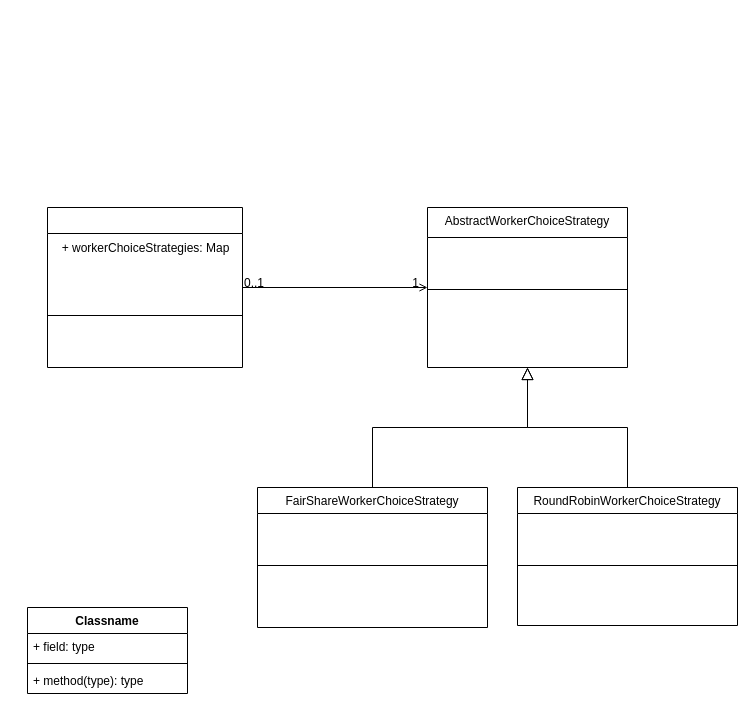
Above: classes diagram.drawio in jerome-benoit/diagrams (draw.io), before the change. Source tidied: cells renumbered, new cells numbered last; positions are measured from the earlier drawing's top-left corner, leaving out a move shared by most shapes. Both pictures are drawn from the tidied source at 100%, with x=0, y=0 at pixel (27, 207).
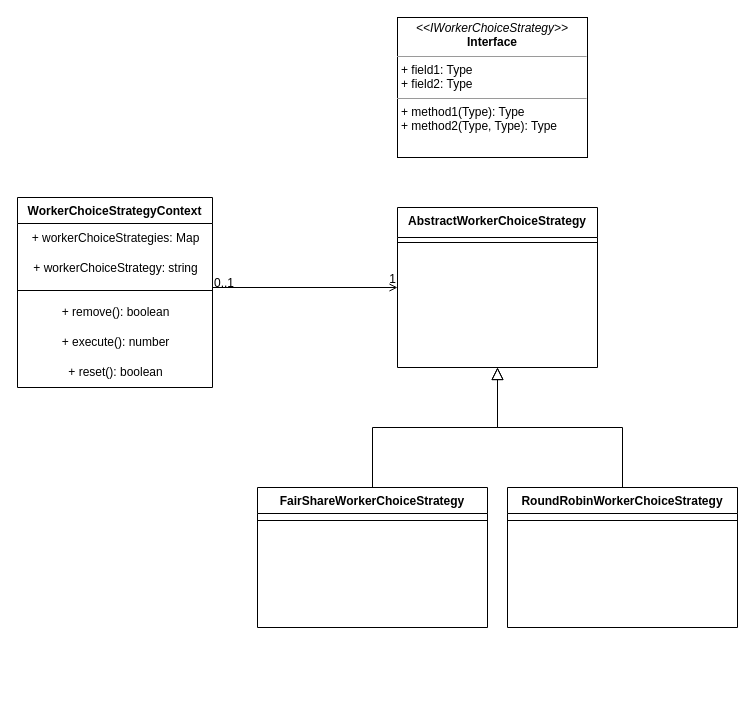
Above is the later version.

Commit message (it also covers changes not shown here):
Mettre à jour classes diagram.drawio

Diff of the diagram source:
```diff
@@
-    <mxCell id="2" style="swimlane;fontStyle=2;align=center;verticalAlign=top;horizontal=1;startSize=26;rounded=0;shadow=0;strokeWidth=1;" parent="1" vertex="1">
-      <mxGeometry x="20" width="195" height="160" as="geometry" />
+    <mxCell id="2" value="WorkerChoiceStrategyContext" style="swimlane;fontStyle=1;align=center;verticalAlign=top;horizontal=1;startSize=26;rounded=0;shadow=0;strokeWidth=1;" parent="1" vertex="1">
+      <mxGeometry x="-10" y="-10" width="195" height="190" as="geometry" />
     </mxCell>
-    <mxCell id="3" value="+ workerChoiceStrategies: Map" style="text;html=1;align=center;verticalAlign=middle;strokeColor=none;fillColor=none;" parent="2" vertex="1">
+    <mxCell id="3" value="&lt;div style=&quot;&quot;&gt;&lt;span style=&quot;background-color: initial;&quot;&gt;+ workerChoiceStrategies: Map&lt;/span&gt;&lt;/div&gt;" style="text;html=1;align=center;verticalAlign=middle;strokeColor=none;fillColor=none;" parent="2" vertex="1">
       <mxGeometry y="26" width="195" height="30" as="geometry" />
     </mxCell>
+    <mxCell id="20" value="+ workerChoiceStrategy: string" style="text;html=1;align=center;verticalAlign=middle;strokeColor=none;fillColor=none;" parent="2" vertex="1">
+      <mxGeometry y="56" width="195" height="30" as="geometry" />
+    </mxCell>
-    <mxCell id="4" style="line;html=1;strokeWidth=1;align=left;verticalAlign=middle;spacingTop=-1;spacingLeft=3;spacingRight=3;labelPosition=right;" parent="2" vertex="1">
-      <mxGeometry y="56" width="195" height="104" as="geometry" />
+    <mxCell id="4" style="line;html=1;strokeWidth=1;align=left;verticalAlign=top;spacingTop=-1;spacingLeft=3;spacingRight=3;labelPosition=right;" parent="2" vertex="1">
+      <mxGeometry y="86" width="195" height="14" as="geometry" />
     </mxCell>
+    <mxCell id="21" value="+ remove(): boolean" style="text;html=1;align=center;verticalAlign=middle;strokeColor=none;fillColor=none;" parent="2" vertex="1">
+      <mxGeometry y="100" width="195" height="30" as="geometry" />
+    </mxCell>
+    <mxCell id="22" value="+ execute(): number" style="text;html=1;align=center;verticalAlign=middle;strokeColor=none;fillColor=none;" parent="2" vertex="1">
+      <mxGeometry y="130" width="195" height="30" as="geometry" />
+    </mxCell>
+    <mxCell id="23" value="+ reset(): boolean" style="text;html=1;align=center;verticalAlign=middle;strokeColor=none;fillColor=none;" parent="2" vertex="1">
+      <mxGeometry y="160" width="195" height="30" as="geometry" />
+    </mxCell>
-    <mxCell id="5" value="RoundRobinWorkerChoiceStrategy" style="swimlane;fontStyle=0;align=center;verticalAlign=top;horizontal=1;startSize=26;rounded=0;shadow=0;strokeWidth=1;" parent="1" vertex="1">
-      <mxGeometry x="490" y="280" width="220" height="138" as="geometry" />
+    <mxCell id="5" value="RoundRobinWorkerChoiceStrategy" style="swimlane;fontStyle=1;align=center;verticalAlign=top;horizontal=1;startSize=26;rounded=0;shadow=0;strokeWidth=1;" parent="1" vertex="1">
+      <mxGeometry x="480" y="280" width="230" height="140" as="geometry" />
     </mxCell>
     <mxCell id="6" style="line;html=1;strokeWidth=1;align=left;verticalAlign=middle;spacingTop=-1;spacingLeft=3;spacingRight=3;labelPosition=right;" parent="5" vertex="1">
-      <mxGeometry y="26" width="220" height="104" as="geometry" />
+      <mxGeometry y="26" width="230" height="14" as="geometry" />
     </mxCell>
@@
-    <mxCell id="8" value="FairShareWorkerChoiceStrategy" style="swimlane;fontStyle=0;align=center;verticalAlign=top;horizontal=1;startSize=26;rounded=0;shadow=0;strokeWidth=1;" parent="1" vertex="1">
+    <mxCell id="8" value="FairShareWorkerChoiceStrategy" style="swimlane;fontStyle=1;align=center;verticalAlign=top;horizontal=1;startSize=26;rounded=0;shadow=0;strokeWidth=1;" parent="1" vertex="1">
       <mxGeometry x="230" y="280" width="230" height="140" as="geometry" />
     </mxCell>
     <mxCell id="9" style="line;html=1;strokeWidth=1;align=left;verticalAlign=middle;spacingTop=-1;spacingLeft=3;spacingRight=3;labelPosition=right;" parent="8" vertex="1">
-      <mxGeometry y="26" width="230" height="104" as="geometry" />
+      <mxGeometry y="26" width="230" height="14" as="geometry" />
     </mxCell>
-    <mxCell id="10" value="AbstractWorkerChoiceStrategy" style="swimlane;fontStyle=0;align=center;verticalAlign=top;horizontal=1;startSize=30;rounded=0;shadow=0;strokeWidth=1;" parent="1" vertex="1">
-      <mxGeometry x="400" width="200" height="160" as="geometry" />
+    <mxCell id="10" value="AbstractWorkerChoiceStrategy" style="swimlane;fontStyle=1;align=center;verticalAlign=top;horizontal=1;startSize=30;rounded=0;shadow=0;strokeWidth=1;" parent="1" vertex="1">
+      <mxGeometry x="370" width="200" height="160" as="geometry" />
     </mxCell>
     <mxCell id="11" style="line;html=1;strokeWidth=1;align=left;verticalAlign=middle;spacingTop=-1;spacingLeft=3;spacingRight=3;labelPosition=right;" parent="10" vertex="1">
-      <mxGeometry y="30" width="200" height="104" as="geometry" />
+      <mxGeometry y="30" width="200" height="10" as="geometry" />
     </mxCell>
-    <mxCell id="12" style="endArrow=open;shadow=0;strokeWidth=1;rounded=0;endFill=1;edgeStyle=elbowEdgeStyle;elbow=vertical;" parent="1" edge="1" source="2" target="10">
+    <mxCell id="12" style="endArrow=open;shadow=0;strokeWidth=1;rounded=0;endFill=1;edgeStyle=elbowEdgeStyle;elbow=vertical;entryX=0;entryY=0.5;entryDx=0;entryDy=0;exitX=1;exitY=0.5;exitDx=0;exitDy=0;" parent="1" edge="1" source="2" target="10">
       <mxGeometry x="0.5" y="41" relative="1" as="geometry">
+        <Array as="points">
+          <mxPoint x="270" y="80" />
+          <mxPoint x="280" y="40" />
+          <mxPoint x="310" y="80" />
+          <mxPoint x="310" y="80" />
+        </Array>
         <mxPoint x="-40" y="32" as="offset" />
       </mxGeometry>
     </mxCell>
     <mxCell id="13" value="0..1" style="align=left;verticalAlign=bottom;labelBackgroundColor=none;fontSize=12;" parent="12" vertex="1">
       <mxGeometry x="-1" relative="1" as="geometry">
-        <mxPoint y="4" as="offset" />
+        <mxPoint y="-1" as="offset" />
       </mxGeometry>
     </mxCell>
     <mxCell id="14" value="1" style="align=right;verticalAlign=bottom;labelBackgroundColor=none;fontSize=12;" parent="12" vertex="1">
-      <mxGeometry x="1" relative="1" as="geometry">
-        <mxPoint x="-7" y="4" as="offset" />
-      </mxGeometry>
+      <mxGeometry x="1" relative="1" as="geometry" />
     </mxCell>
     <mxCell id="15" style="endArrow=block;endSize=10;endFill=0;shadow=0;strokeWidth=1;rounded=0;edgeStyle=elbowEdgeStyle;elbow=vertical;exitX=0.5;exitY=0;exitDx=0;exitDy=0;entryX=0.5;entryY=1;entryDx=0;entryDy=0;" parent="1" edge="1" source="8" target="10">
       <mxGeometry relative="1" as="geometry">
         <Array as="points">
+          <mxPoint x="470" y="220" />
           <mxPoint x="400" y="220" />
         </Array>
       </mxGeometry>
     </mxCell>
-    <mxCell id="16" value="Classname" style="swimlane;fontStyle=1;align=center;verticalAlign=top;horizontal=1;startSize=26;whiteSpace=wrap;html=1;" parent="1" vertex="1">
-      <mxGeometry y="400" width="160" height="86" as="geometry" />
-    </mxCell>
-    <mxCell id="17" value="+ field: type&lt;br&gt;&lt;br&gt;&lt;br&gt;" style="text;strokeColor=none;fillColor=none;align=left;verticalAlign=top;spacingLeft=4;spacingRight=4;overflow=hidden;whiteSpace=wrap;html=1;" parent="16" vertex="1">
-      <mxGeometry y="26" width="160" height="26" as="geometry" />
-    </mxCell>
-    <mxCell id="18" style="line;strokeWidth=1;fillColor=none;align=left;verticalAlign=middle;spacingTop=-1;spacingLeft=3;spacingRight=3;labelPosition=right;strokeColor=inherit;" parent="16" vertex="1">
-      <mxGeometry y="52" width="160" height="8" as="geometry" />
-    </mxCell>
-    <mxCell id="19" value="+ method(type): type" style="text;strokeColor=none;fillColor=none;align=left;verticalAlign=top;spacingLeft=4;spacingRight=4;overflow=hidden;whiteSpace=wrap;html=1;" parent="16" vertex="1">
-      <mxGeometry y="60" width="160" height="26" as="geometry" />
-    </mxCell>
+    <mxCell id="24" value="&lt;p style=&quot;margin:0px;margin-top:4px;text-align:center;&quot;&gt;&lt;i&gt;&amp;lt;&amp;lt;IWorkerChoiceStrategy&amp;gt;&amp;gt;&lt;/i&gt;&lt;br&gt;&lt;b&gt;Interface&lt;/b&gt;&lt;/p&gt;&lt;hr size=&quot;1&quot;&gt;&lt;p style=&quot;margin:0px;margin-left:4px;&quot;&gt;+ field1: Type&lt;br&gt;+ field2: Type&lt;/p&gt;&lt;hr size=&quot;1&quot;&gt;&lt;p style=&quot;margin:0px;margin-left:4px;&quot;&gt;+ method1(Type): Type&lt;br&gt;+ method2(Type, Type): Type&lt;/p&gt;" style="verticalAlign=top;align=left;overflow=fill;fontSize=12;fontFamily=Helvetica;html=1;whiteSpace=wrap;" parent="1" vertex="1">
+      <mxGeometry x="370" y="-190" width="190" height="140" as="geometry" />
+    </mxCell>
```
